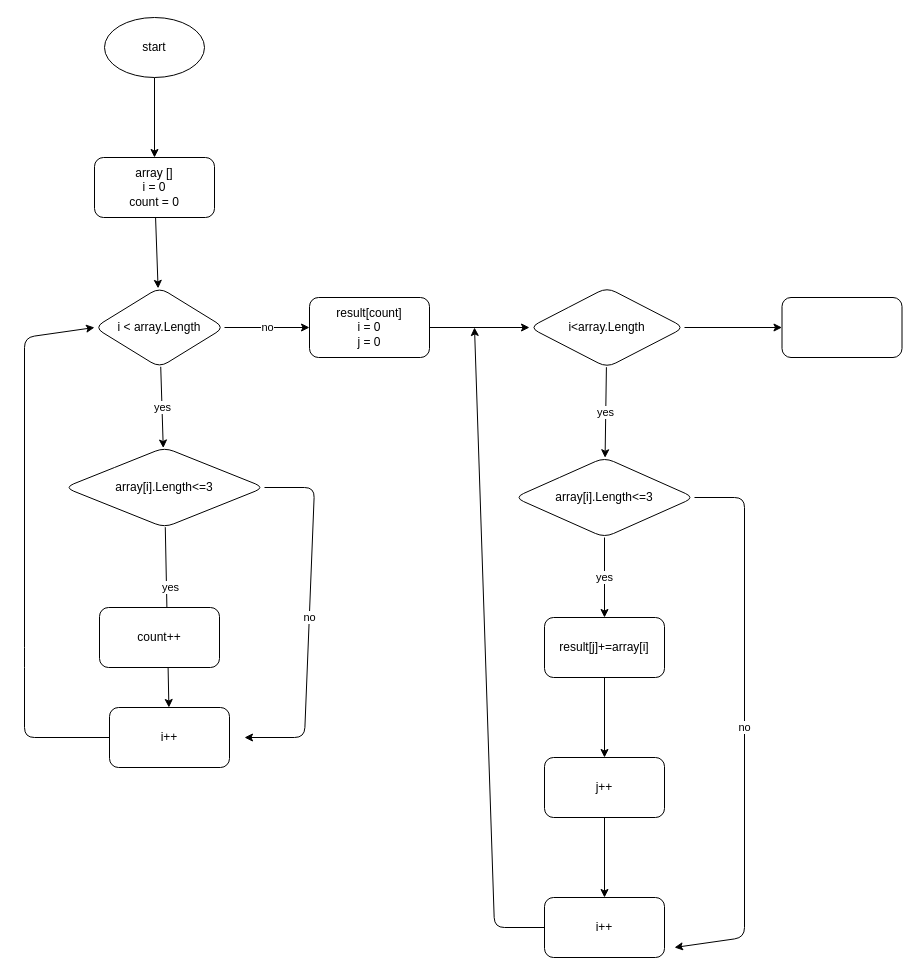
TessaBogdanovich/Homework keeps this draw.io diagram as Homework_21.03/diagram.drawio. Above is the earlier version. Source tidied: cells renumbered, new cells numbered last; positions are measured from the earlier drawing's top-left corner, leaving out a move shared by most shapes. Both pictures are drawn from the tidied source at 100%, with x=0, y=0 at pixel (24, 17).
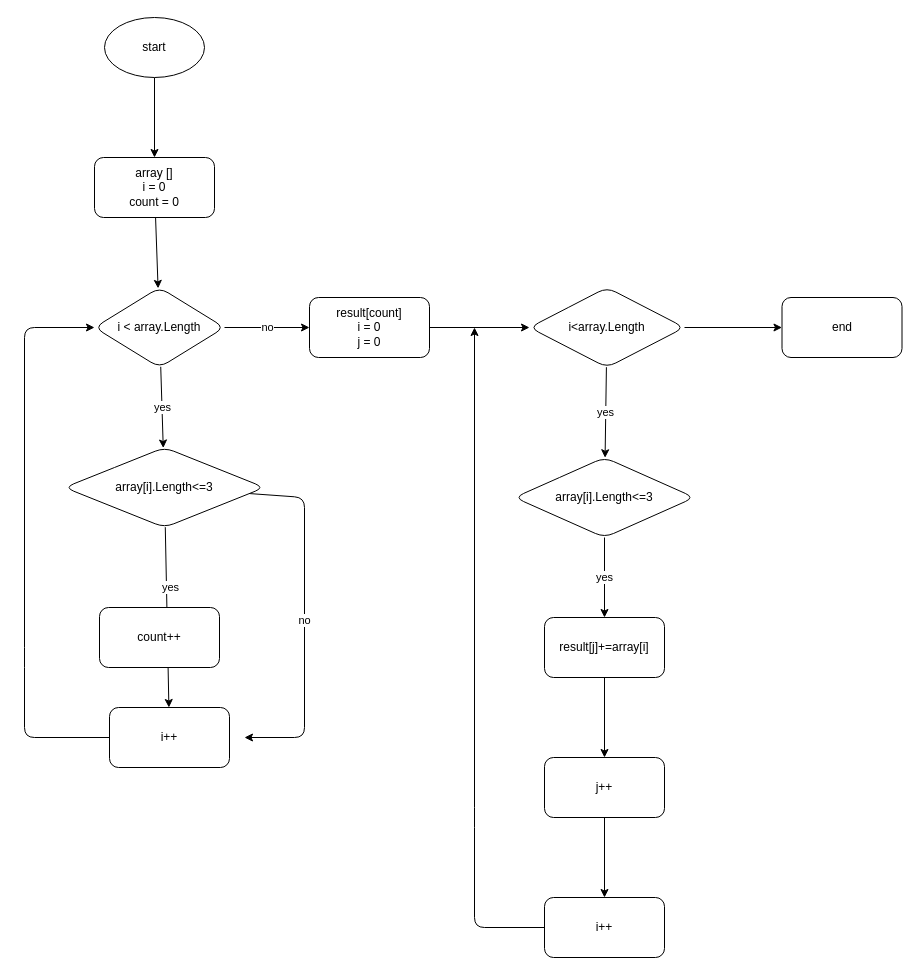
The same page after the edit.

The change refers to these unchanged cells:
```xml
<mxCell id="8" value="i &amp;lt; array.Length" style="rhombus;whiteSpace=wrap;html=1;rounded=1;" parent="1" vertex="1">
  <mxGeometry x="70" y="270" width="130" height="80" as="geometry" />
</mxCell>
<mxCell id="11" value="array[i].Length&amp;lt;=3" style="rhombus;whiteSpace=wrap;html=1;rounded=1;" parent="1" vertex="1">
  <mxGeometry x="40" y="430" width="200" height="80" as="geometry" />
</mxCell>
<mxCell id="13" value="i++" style="rounded=1;whiteSpace=wrap;html=1;" parent="1" vertex="1">
  <mxGeometry x="85" y="690" width="120" height="60" as="geometry" />
</mxCell>
<mxCell id="22" value="array[i].Length&amp;lt;=3" style="rhombus;whiteSpace=wrap;html=1;rounded=1;" parent="1" vertex="1">
  <mxGeometry x="490" y="440" width="180" height="80" as="geometry" />
</mxCell>
<mxCell id="28" value="i++" style="rounded=1;whiteSpace=wrap;html=1;" parent="1" vertex="1">
  <mxGeometry x="520" y="880" width="120" height="60" as="geometry" />
</mxCell>
```

Change to the diagram source:
```diff
@@
     <mxCell id="10" value="no" style="edgeStyle=none;html=1;" parent="1" edge="1" source="11">
       <mxGeometry relative="1" as="geometry">
         <mxPoint x="220" y="720" as="targetPoint" />
         <Array as="points">
-          <mxPoint x="290" y="470" />
+          <mxPoint x="280" y="480" />
           <mxPoint x="280" y="720" />
         </Array>
       </mxGeometry>
     </mxCell>
@@
     <mxCell id="12" style="edgeStyle=none;html=1;entryX=0;entryY=0.5;entryDx=0;entryDy=0;" parent="1" edge="1" source="13" target="8">
       <mxGeometry relative="1" as="geometry">
         <Array as="points">
           <mxPoint y="720" />
           <mxPoint y="640" />
-          <mxPoint y="320" />
+          <mxPoint y="310" />
         </Array>
       </mxGeometry>
     </mxCell>
@@
-    <mxCell id="21" value="no" style="edgeStyle=none;html=1;" parent="1" edge="1" source="22">
-      <mxGeometry relative="1" as="geometry">
-        <mxPoint x="650" y="930" as="targetPoint" />
-        <Array as="points">
-          <mxPoint x="720" y="480" />
-          <mxPoint x="720" y="920" />
-        </Array>
-      </mxGeometry>
-    </mxCell>
@@
     <mxCell id="27" style="edgeStyle=none;html=1;" parent="1" edge="1" source="28">
       <mxGeometry relative="1" as="geometry">
         <mxPoint x="450" y="310" as="targetPoint" />
         <Array as="points">
-          <mxPoint x="470" y="910" />
+          <mxPoint x="450" y="910" />
+          <mxPoint x="450" y="800" />
         </Array>
       </mxGeometry>
     </mxCell>
@@
-    <mxCell id="29" style="whiteSpace=wrap;html=1;rounded=1;" parent="1" vertex="1">
+    <mxCell id="29" value="end" style="whiteSpace=wrap;html=1;rounded=1;" parent="1" vertex="1">
       <mxGeometry x="757.5" y="280" width="120" height="60" as="geometry" />
     </mxCell>
```
